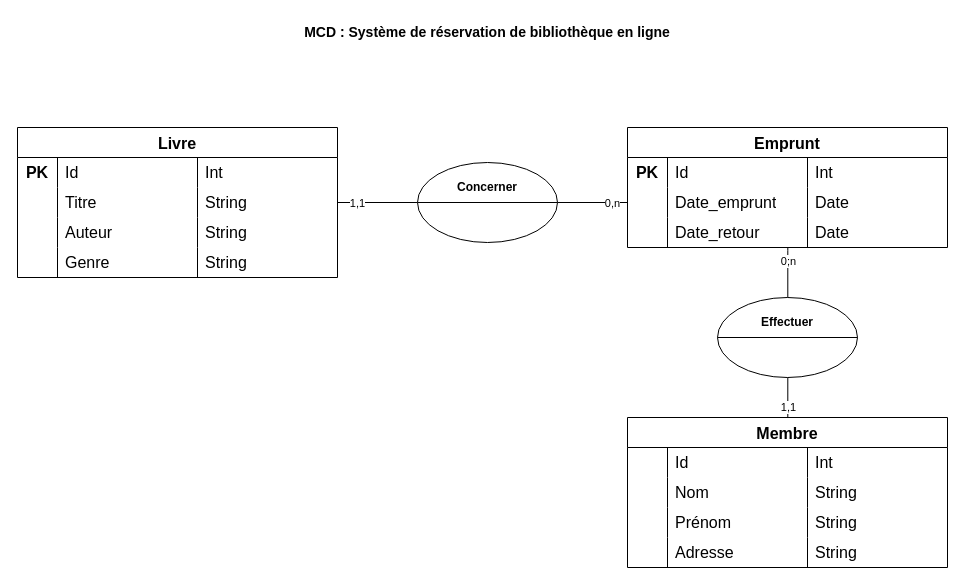
nicolasvauchenet/cours_methodologie_formateur keeps this draw.io diagram as Semaine 2 - Merise - Agile/01 - Merise/Exercices/Correction/02 - Modèle Conceptuel de Données - Exercice 2 - Correction.drawio. Above is the earlier version. Source tidied: cells renumbered, new cells numbered last; positions are measured from the earlier drawing's top-left corner, leaving out a move shared by most shapes. Both pictures are drawn from the tidied source at 100%, with x=0, y=0 at pixel (17, 17).
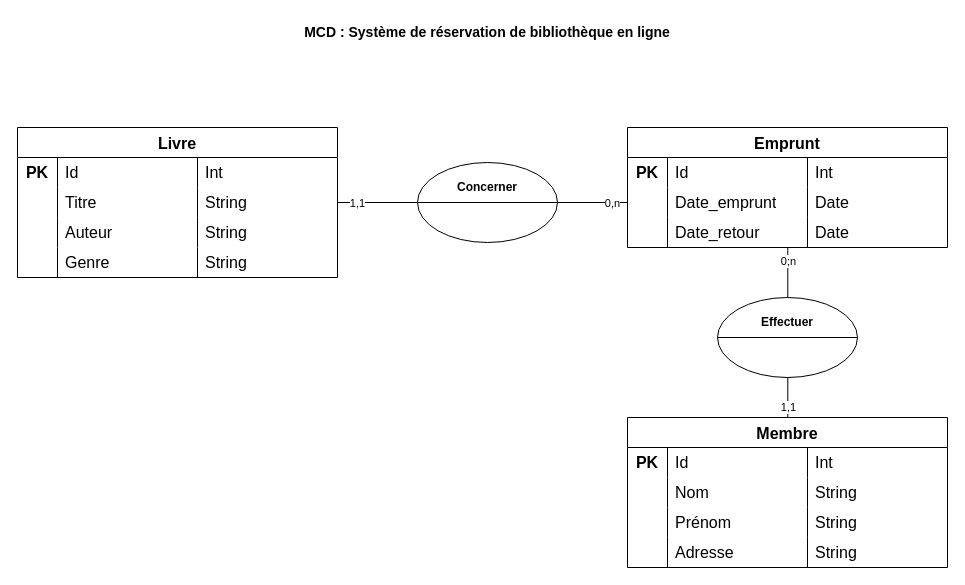
Above is the later version.

Commit message (it also covers changes not shown here):
Fix MLD - Exercice 2

The change refers to these unchanged cells:
```xml
<mxCell id="40" style="shape=tableRow;horizontal=0;startSize=0;swimlaneHead=0;swimlaneBody=0;top=0;left=0;bottom=0;right=0;fillColor=none;strokeColor=inherit;fontSize=16;" parent="39" vertex="1">
  <mxGeometry y="30" width="320" height="30" as="geometry" />
</mxCell>
```

What changed in the source:
```diff
@@
-    <mxCell id="41" style="shape=partialRectangle;html=1;whiteSpace=wrap;fillColor=none;top=0;left=0;bottom=0;right=0;overflow=hidden;strokeColor=inherit;fontSize=16;" parent="40" vertex="1">
+    <mxCell id="41" value="&lt;b&gt;PK&lt;/b&gt;" style="shape=partialRectangle;html=1;whiteSpace=wrap;fillColor=none;top=0;left=0;bottom=0;right=0;overflow=hidden;strokeColor=inherit;fontSize=16;" parent="40" vertex="1">
       <mxGeometry width="40" height="30" as="geometry" />
     </mxCell>
```
